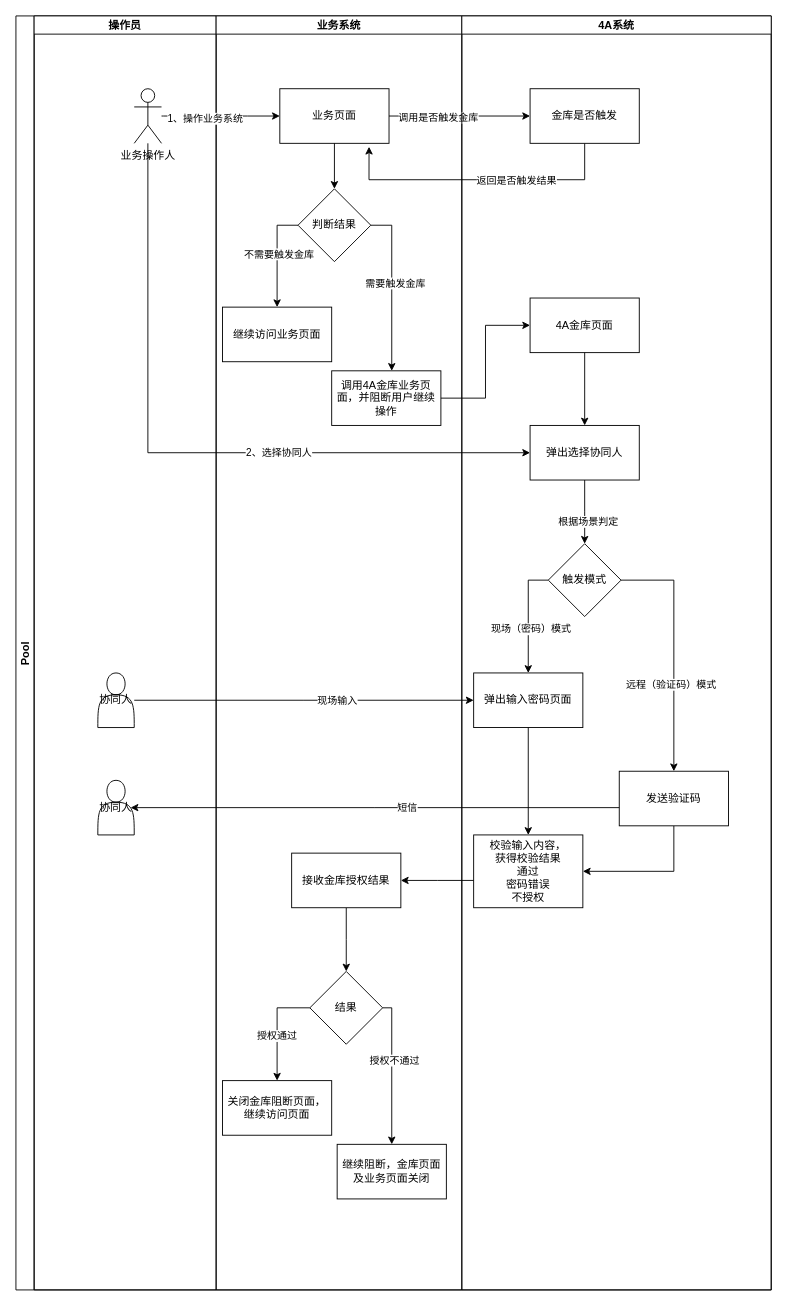
Above: page "金库-弹出4A金库页" (1 of 2) of 二期db设计.drawio in 158698706/qhdx (draw.io), before the change. Source tidied: cells renumbered, new cells numbered last; positions are measured from the earlier drawing's top-left corner, leaving out a move shared by most shapes. Both pictures are drawn from the tidied source at 91%, with x=0, y=0 at pixel (15, 15).
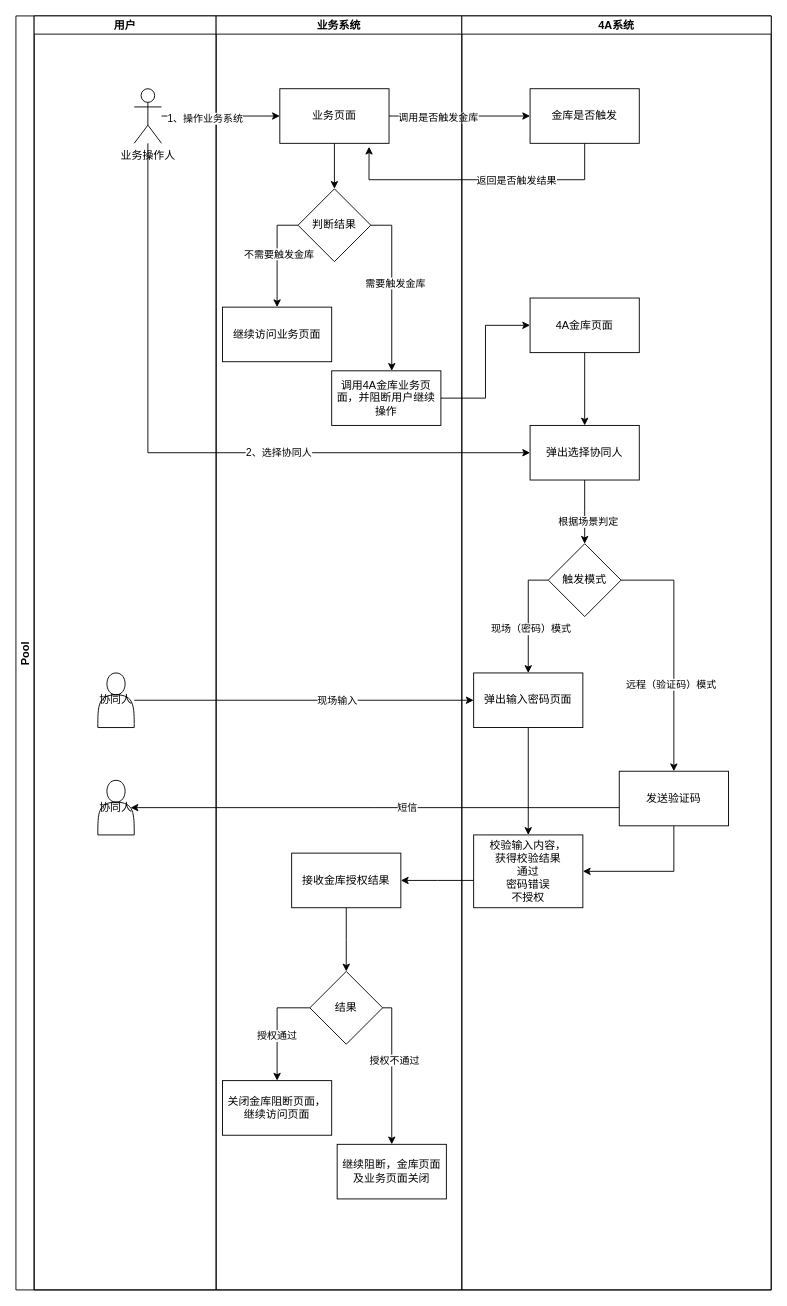
The same diagram, later.

The change refers to these unchanged cells:
```xml
<mxCell id="2" value="Pool" style="swimlane;startSize=20;horizontal=0;" parent="1" vertex="1">
  <mxGeometry width="830" height="1400" as="geometry" />
</mxCell>
```

What changed in the source:
```diff
@@
-    <mxCell id="3" value="操作员" style="swimlane;startSize=20;" parent="2" vertex="1">
+    <mxCell id="3" value="用户" style="swimlane;startSize=20;" parent="2" vertex="1">
       <mxGeometry x="20" width="200" height="1400" as="geometry" />
     </mxCell>
```
